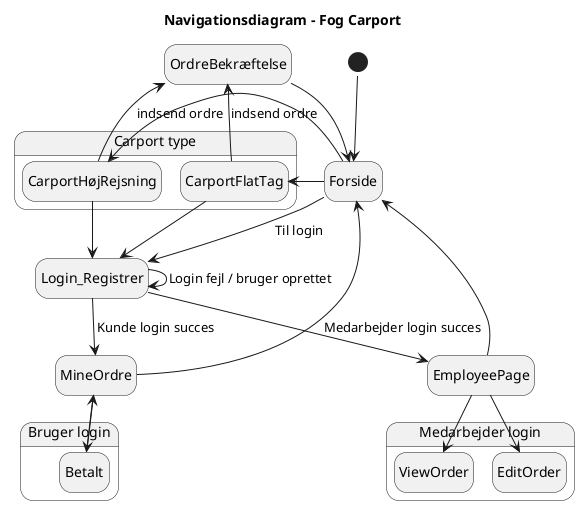
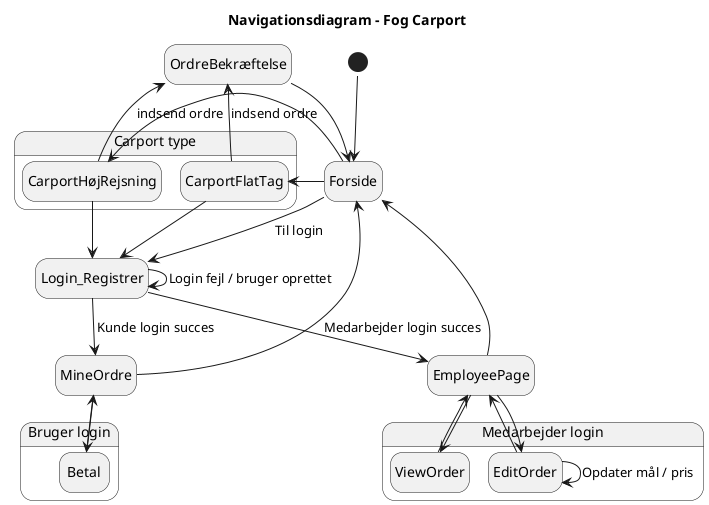
@startuml
!pragma layout smetana
hide empty description
title Navigationsdiagram - Fog Carport

[*] --> Forside

state Forside

state "Carport type" as CarportType {
    state CarportFlatTag
    state CarportHøjRejsning
}

Forside --> Login_Registrer : Til login
Forside --> CarportFlatTag
Forside --> CarportHøjRejsning

CarportFlatTag --> OrdreBekræftelse : indsend ordre
CarportFlatTag --> Login_Registrer

CarportHøjRejsning --> OrdreBekræftelse : indsend ordre
CarportHøjRejsning --> Login_Registrer

state OrdreBekræftelse
OrdreBekræftelse --> Forside

state Login_Registrer
Login_Registrer --> Login_Registrer : Login fejl / bruger oprettet
Login_Registrer --> MineOrdre : Kunde login succes
Login_Registrer --> EmployeePage : Medarbejder login succes

state "Bruger login" as UserLogin {
    state MineOrdre
-     MineOrdre --> Betalt
+     MineOrdre --> Betal
    MineOrdre --> Forside
-     state Betalt
-     Betalt --> MineOrdre
+     state Betal
+     Betal --> MineOrdre
}

state "Medarbejder login" as EmployeeLogin {
    state EmployeePage
    EmployeePage --> Forside
    EmployeePage --> ViewOrder
    EmployeePage --> EditOrder
+ 
    state ViewOrder
+     ViewOrder --> EmployeePage
+ 
    state EditOrder
+     EditOrder --> EmployeePage
+     EditOrder --> EditOrder : Opdater mål / pris
}

@enduml